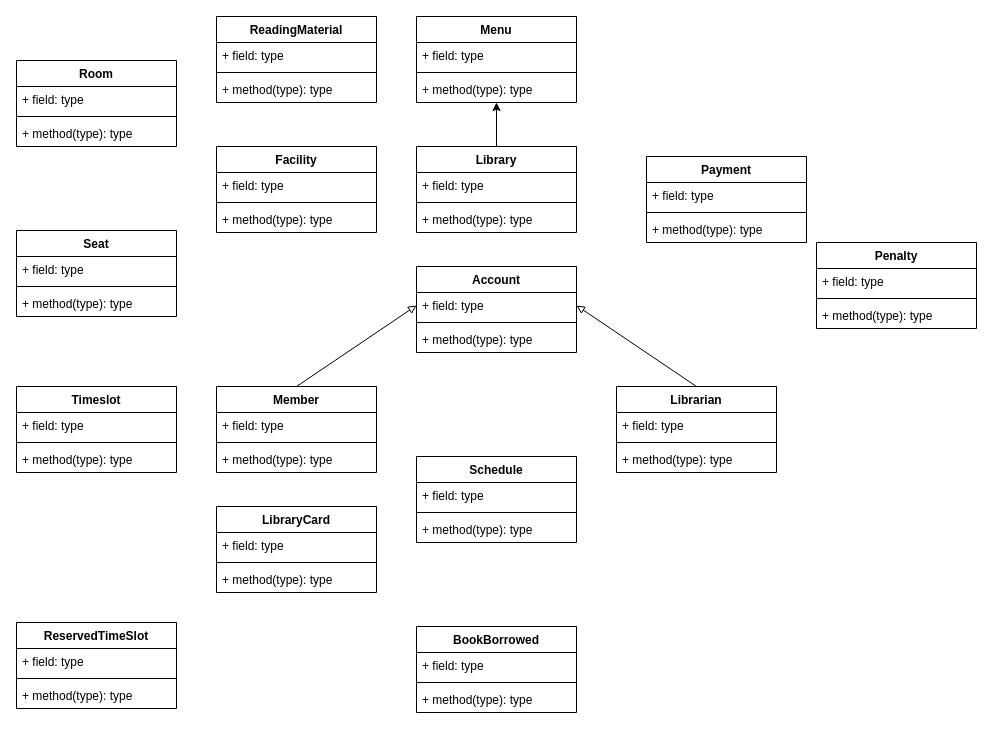
The draw.io diagram Class Diagram - Library System.drawio in FenrirChiew/HoloLib, before the edit. Source tidied: cells renumbered, new cells numbered last; positions are measured from the earlier drawing's top-left corner, leaving out a move shared by most shapes. Both pictures are drawn from the tidied source at 100%, with x=0, y=0 at pixel (16, 16).
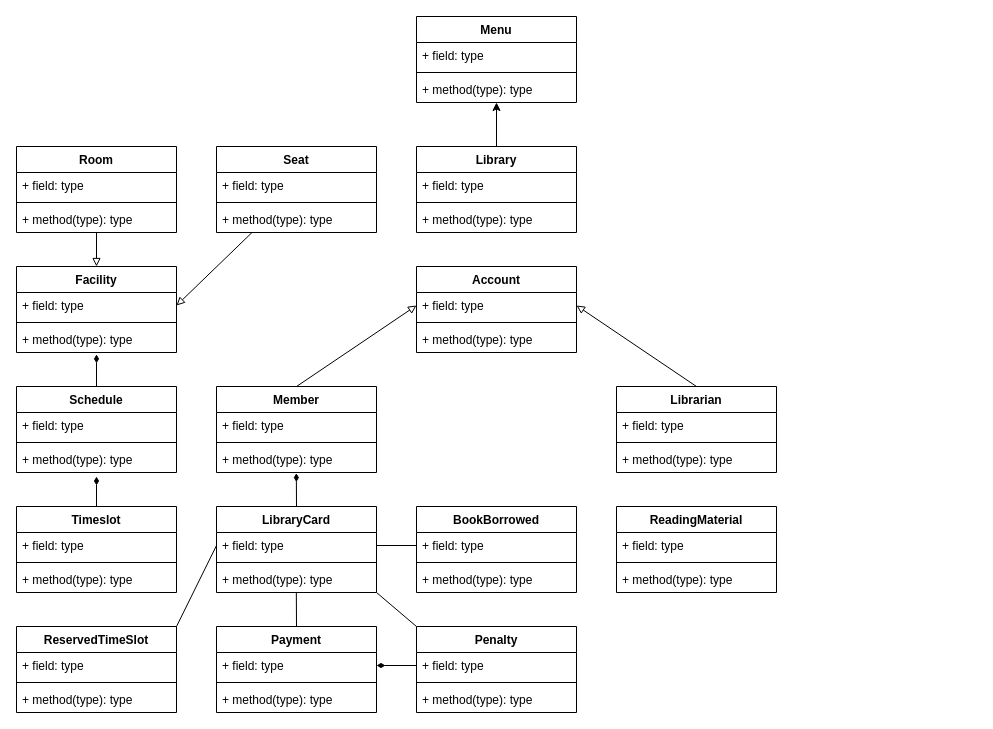
The same page after the edit.

Commit message:
Updated class diagram.

Unchanged cells that the change refers to:
```xml
<mxCell id="11" value="+ field: type" style="text;strokeColor=none;fillColor=none;align=left;verticalAlign=top;spacingLeft=4;spacingRight=4;overflow=hidden;points=[[0,0.5],[1,0.5]];portConstraint=eastwest;" parent="10" vertex="1">
  <mxGeometry y="26" width="160" height="26" as="geometry" />
</mxCell>
<mxCell id="13" value="+ method(type): type" style="text;strokeColor=none;fillColor=none;align=left;verticalAlign=top;spacingLeft=4;spacingRight=4;overflow=hidden;points=[[0,0.5],[1,0.5]];portConstraint=eastwest;" parent="10" vertex="1">
  <mxGeometry y="60" width="160" height="26" as="geometry" />
</mxCell>
<mxCell id="30" value="+ method(type): type" style="text;strokeColor=none;fillColor=none;align=left;verticalAlign=top;spacingLeft=4;spacingRight=4;overflow=hidden;points=[[0,0.5],[1,0.5]];portConstraint=eastwest;" parent="27" vertex="1">
  <mxGeometry y="60" width="160" height="26" as="geometry" />
</mxCell>
<mxCell id="31" value="LibraryCard" style="swimlane;fontStyle=1;align=center;verticalAlign=top;horizontal=1;startSize=26;" parent="1" vertex="1">
  <mxGeometry x="200" y="490" width="160" height="86" as="geometry" />
</mxCell>
<mxCell id="32" value="+ field: type" style="text;strokeColor=none;fillColor=none;align=left;verticalAlign=top;spacingLeft=4;spacingRight=4;overflow=hidden;points=[[0,0.5],[1,0.5]];portConstraint=eastwest;" parent="31" vertex="1">
  <mxGeometry y="26" width="160" height="26" as="geometry" />
</mxCell>
<mxCell id="34" value="+ method(type): type" style="text;strokeColor=none;fillColor=none;align=left;verticalAlign=top;spacingLeft=4;spacingRight=4;overflow=hidden;points=[[0,0.5],[1,0.5]];portConstraint=eastwest;" parent="31" vertex="1">
  <mxGeometry y="60" width="160" height="26" as="geometry" />
</mxCell>
<mxCell id="48" value="+ field: type" style="text;strokeColor=none;fillColor=none;align=left;verticalAlign=top;spacingLeft=4;spacingRight=4;overflow=hidden;points=[[0,0.5],[1,0.5]];portConstraint=eastwest;" parent="47" vertex="1">
  <mxGeometry y="26" width="160" height="26" as="geometry" />
</mxCell>
<mxCell id="52" value="+ field: type" style="text;strokeColor=none;fillColor=none;align=left;verticalAlign=top;spacingLeft=4;spacingRight=4;overflow=hidden;points=[[0,0.5],[1,0.5]];portConstraint=eastwest;" parent="51" vertex="1">
  <mxGeometry y="26" width="160" height="26" as="geometry" />
</mxCell>
<mxCell id="66" value="+ field: type" style="text;strokeColor=none;fillColor=none;align=left;verticalAlign=top;spacingLeft=4;spacingRight=4;overflow=hidden;points=[[0,0.5],[1,0.5]];portConstraint=eastwest;" parent="65" vertex="1">
  <mxGeometry y="26" width="160" height="26" as="geometry" />
</mxCell>
```

Change to the diagram source:
```diff
@@
+    <mxCell id="69" style="edgeStyle=none;rounded=0;jettySize=auto;html=1;entryX=0.5;entryY=0;entryDx=0;entryDy=0;endArrow=block;endFill=0;" parent="1" edge="1" source="2" target="10">
+      <mxGeometry relative="1" as="geometry" />
+    </mxCell>
     <mxCell id="2" value="Room" style="swimlane;fontStyle=1;align=center;verticalAlign=top;horizontal=1;startSize=26;" parent="1" vertex="1">
-      <mxGeometry y="44" width="160" height="86" as="geometry" />
+      <mxGeometry y="130" width="160" height="86" as="geometry" />
     </mxCell>
@@
+    <mxCell id="70" style="edgeStyle=none;rounded=0;jettySize=auto;html=1;entryX=1;entryY=0.5;entryDx=0;entryDy=0;endArrow=block;endFill=0;" parent="1" edge="1" source="6" target="11">
+      <mxGeometry relative="1" as="geometry" />
+    </mxCell>
     <mxCell id="6" value="Seat" style="swimlane;fontStyle=1;align=center;verticalAlign=top;horizontal=1;startSize=26;" parent="1" vertex="1">
-      <mxGeometry y="214" width="160" height="86" as="geometry" />
+      <mxGeometry x="200" y="130" width="160" height="86" as="geometry" />
     </mxCell>
@@
     <mxCell id="10" value="Facility" style="swimlane;fontStyle=1;align=center;verticalAlign=top;horizontal=1;startSize=26;" parent="1" vertex="1">
-      <mxGeometry x="200" y="130" width="160" height="86" as="geometry" />
+      <mxGeometry y="250" width="160" height="86" as="geometry" />
     </mxCell>
@@
+    <mxCell id="71" style="edgeStyle=orthogonalEdgeStyle;rounded=0;jettySize=auto;html=1;exitX=0.5;exitY=0;exitDx=0;exitDy=0;endArrow=diamondThin;endFill=1;entryX=0.499;entryY=1.024;entryDx=0;entryDy=0;entryPerimeter=0;" parent="1" edge="1" source="31" target="30">
+      <mxGeometry relative="1" as="geometry" />
+    </mxCell>
@@
+    <mxCell id="72" style="edgeStyle=none;rounded=0;jettySize=auto;html=1;exitX=0.5;exitY=0;exitDx=0;exitDy=0;entryX=0.5;entryY=1.071;entryDx=0;entryDy=0;entryPerimeter=0;endArrow=diamondThin;endFill=1;" parent="1" edge="1" source="35" target="13">
+      <mxGeometry relative="1" as="geometry" />
+    </mxCell>
     <mxCell id="35" value="Schedule" style="swimlane;fontStyle=1;align=center;verticalAlign=top;horizontal=1;startSize=26;" parent="1" vertex="1">
-      <mxGeometry x="400" y="440" width="160" height="86" as="geometry" />
+      <mxGeometry y="370" width="160" height="86" as="geometry" />
     </mxCell>
@@
+    <mxCell id="73" style="edgeStyle=none;rounded=0;jettySize=auto;html=1;endArrow=diamondThin;endFill=1;" parent="1" edge="1" source="39">
+      <mxGeometry relative="1" as="geometry">
+        <mxPoint x="80" y="460" as="targetPoint" />
+      </mxGeometry>
+    </mxCell>
     <mxCell id="39" value="Timeslot" style="swimlane;fontStyle=1;align=center;verticalAlign=top;horizontal=1;startSize=26;" parent="1" vertex="1">
-      <mxGeometry y="370" width="160" height="86" as="geometry" />
+      <mxGeometry y="490" width="160" height="86" as="geometry" />
     </mxCell>
@@
     <mxCell id="43" value="ReadingMaterial" style="swimlane;fontStyle=1;align=center;verticalAlign=top;horizontal=1;startSize=26;" parent="1" vertex="1">
-      <mxGeometry x="200" width="160" height="86" as="geometry" />
+      <mxGeometry x="600" y="490" width="160" height="86" as="geometry" />
     </mxCell>
@@
     <mxCell id="47" value="Payment" style="swimlane;fontStyle=1;align=center;verticalAlign=top;horizontal=1;startSize=26;" parent="1" vertex="1">
-      <mxGeometry x="630" y="140" width="160" height="86" as="geometry" />
+      <mxGeometry x="200" y="610" width="160" height="86" as="geometry" />
     </mxCell>
@@
     <mxCell id="51" value="Penalty" style="swimlane;fontStyle=1;align=center;verticalAlign=top;horizontal=1;startSize=26;" parent="1" vertex="1">
-      <mxGeometry x="800" y="226" width="160" height="86" as="geometry" />
+      <mxGeometry x="400" y="610" width="160" height="86" as="geometry" />
     </mxCell>
@@
     <mxCell id="55" value="ReservedTimeSlot" style="swimlane;fontStyle=1;align=center;verticalAlign=top;horizontal=1;startSize=26;" parent="1" vertex="1">
-      <mxGeometry y="606" width="160" height="86" as="geometry" />
+      <mxGeometry y="610" width="160" height="86" as="geometry" />
     </mxCell>
@@
     <mxCell id="65" value="BookBorrowed" style="swimlane;fontStyle=1;align=center;verticalAlign=top;horizontal=1;startSize=26;" parent="1" vertex="1">
-      <mxGeometry x="400" y="610" width="160" height="86" as="geometry" />
+      <mxGeometry x="400" y="490" width="160" height="86" as="geometry" />
     </mxCell>
@@
+    <mxCell id="74" style="edgeStyle=orthogonalEdgeStyle;rounded=0;jettySize=auto;html=1;exitX=1;exitY=0.5;exitDx=0;exitDy=0;entryX=0;entryY=0.5;entryDx=0;entryDy=0;endArrow=none;endFill=0;" parent="1" edge="1" source="32" target="66">
+      <mxGeometry relative="1" as="geometry" />
+    </mxCell>
+    <mxCell id="75" style="endArrow=none;html=1;exitX=0;exitY=0;exitDx=0;exitDy=0;entryX=1;entryY=1;entryDx=0;entryDy=0;" parent="1" edge="1" source="51" target="31">
+      <mxGeometry relative="1" as="geometry" />
+    </mxCell>
+    <mxCell id="76" style="endArrow=none;html=1;entryX=0.499;entryY=0.981;entryDx=0;entryDy=0;entryPerimeter=0;exitX=0.5;exitY=0;exitDx=0;exitDy=0;" parent="1" edge="1" source="47" target="34">
+      <mxGeometry relative="1" as="geometry" />
+    </mxCell>
+    <mxCell id="77" style="edgeStyle=none;rounded=0;jettySize=auto;html=1;entryX=1;entryY=0.5;entryDx=0;entryDy=0;endArrow=diamondThin;endFill=1;" parent="1" edge="1" source="52" target="48">
+      <mxGeometry relative="1" as="geometry" />
+    </mxCell>
+    <mxCell id="78" style="edgeStyle=none;rounded=0;jettySize=auto;html=1;exitX=0;exitY=0.5;exitDx=0;exitDy=0;endArrow=none;endFill=0;entryX=1;entryY=0;entryDx=0;entryDy=0;" parent="1" edge="1" source="32" target="55">
+      <mxGeometry relative="1" as="geometry" />
+    </mxCell>
```
